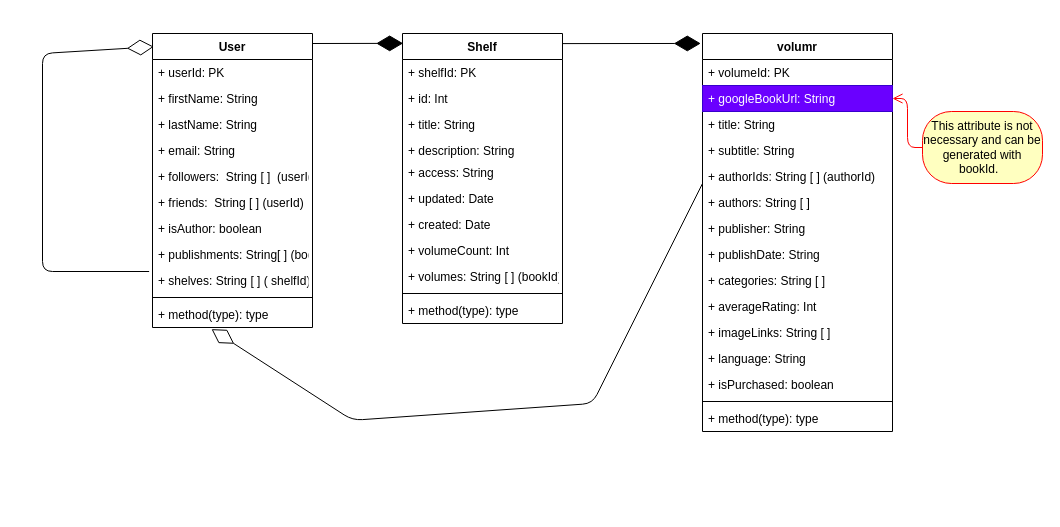
This is docs/data-model.drawio from ShinsakuOkazaki/atread, a draw.io file, before an edit. Source tidied: cells renumbered, new cells numbered last; positions are measured from the earlier drawing's top-left corner, leaving out a move shared by most shapes. Both pictures are drawn from the tidied source at 100%, with x=0, y=0 at pixel (42, 33).
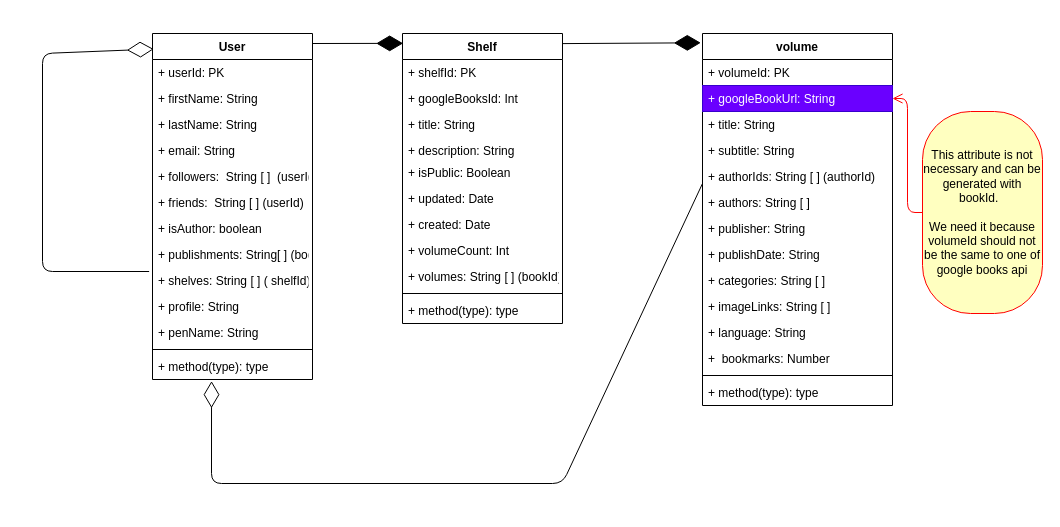
Above is the later version.

The change refers to these unchanged cells:
```xml
<mxCell id="18" value="Shelf" style="swimlane;fontStyle=1;align=center;verticalAlign=top;horizontal=1;startSize=26;" parent="1" vertex="1">
  <mxGeometry x="360" width="160" height="290" as="geometry" />
</mxCell>
```

The edit, as a diff of the source:
```diff
@@
-    <mxCell id="2" value="This attribute is not necessary and can be generated with bookId.&amp;nbsp;&amp;nbsp;" style="rounded=1;whiteSpace=wrap;html=1;arcSize=40;fontColor=#000000;fillColor=#ffffc0;strokeColor=#ff0000;" parent="1" vertex="1">
-      <mxGeometry x="880" y="78" width="120" height="72" as="geometry" />
+    <mxCell id="2" value="This attribute is not necessary and can be generated with bookId.&amp;nbsp;&amp;nbsp;&lt;br&gt;&lt;br&gt;We need it because volumeId should not be the same to one of google books api" style="rounded=1;whiteSpace=wrap;html=1;arcSize=40;fontColor=#000000;fillColor=#ffffc0;strokeColor=#ff0000;" parent="1" vertex="1">
+      <mxGeometry x="880" y="78" width="120" height="202" as="geometry" />
     </mxCell>
@@
     <mxCell id="5" value="User" style="swimlane;fontStyle=1;align=center;verticalAlign=top;horizontal=1;startSize=26;" parent="1" vertex="1">
-      <mxGeometry x="110" width="160" height="294" as="geometry" />
+      <mxGeometry x="110" width="160" height="346" as="geometry" />
     </mxCell>
@@
+    <mxCell id="48" value="+ profile: String" style="text;strokeColor=none;fillColor=none;align=left;verticalAlign=top;spacingLeft=4;spacingRight=4;overflow=hidden;" parent="5" vertex="1">
+      <mxGeometry y="260" width="160" height="26" as="geometry" />
+    </mxCell>
+    <mxCell id="49" value="+ penName: String" style="text;strokeColor=none;fillColor=none;align=left;verticalAlign=top;spacingLeft=4;spacingRight=4;overflow=hidden;" parent="5" vertex="1">
+      <mxGeometry y="286" width="160" height="26" as="geometry" />
+    </mxCell>
     <mxCell id="15" style="line;strokeWidth=1;fillColor=none;align=left;verticalAlign=middle;spacingTop=-1;spacingLeft=3;spacingRight=3;labelPosition=right;" parent="5" vertex="1">
-      <mxGeometry y="260" width="160" height="8" as="geometry" />
+      <mxGeometry y="312" width="160" height="8" as="geometry" />
     </mxCell>
     <mxCell id="16" value="+ method(type): type" style="text;strokeColor=none;fillColor=none;align=left;verticalAlign=top;spacingLeft=4;spacingRight=4;overflow=hidden;points=[[0,0.5],[1,0.5]];portConstraint=eastwest;" parent="5" vertex="1">
-      <mxGeometry y="268" width="160" height="26" as="geometry" />
+      <mxGeometry y="320" width="160" height="26" as="geometry" />
     </mxCell>
@@
-    <mxCell id="20" value="+ id: Int" style="text;strokeColor=none;fillColor=none;align=left;verticalAlign=top;spacingLeft=4;spacingRight=4;overflow=hidden;" parent="18" vertex="1">
+    <mxCell id="20" value="+ googleBooksId: Int" style="text;strokeColor=none;fillColor=none;align=left;verticalAlign=top;spacingLeft=4;spacingRight=4;overflow=hidden;" parent="18" vertex="1">
       <mxGeometry y="52" width="160" height="26" as="geometry" />
     </mxCell>
@@
-    <mxCell id="23" value="+ access: String" style="text;strokeColor=none;fillColor=none;align=left;verticalAlign=top;spacingLeft=4;spacingRight=4;overflow=hidden;" parent="18" vertex="1">
+    <mxCell id="23" value="+ isPublic: Boolean" style="text;strokeColor=none;fillColor=none;align=left;verticalAlign=top;spacingLeft=4;spacingRight=4;overflow=hidden;" parent="18" vertex="1">
       <mxGeometry y="126" width="160" height="26" as="geometry" />
     </mxCell>
@@
-    <mxCell id="30" value="volumr" style="swimlane;fontStyle=1;align=center;verticalAlign=top;horizontal=1;startSize=26;" parent="1" vertex="1">
-      <mxGeometry x="660" width="190" height="398" as="geometry" />
+    <mxCell id="30" value="volume" style="swimlane;fontStyle=1;align=center;verticalAlign=top;horizontal=1;startSize=26;" parent="1" vertex="1">
+      <mxGeometry x="660" width="190" height="372" as="geometry" />
     </mxCell>
@@
-    <mxCell id="40" value="+ averageRating: Int" style="text;strokeColor=none;fillColor=none;align=left;verticalAlign=top;spacingLeft=4;spacingRight=4;overflow=hidden;" parent="30" vertex="1">
-      <mxGeometry y="260" width="190" height="26" as="geometry" />
-    </mxCell>
     <mxCell id="41" value="+ imageLinks: String [ ]" style="text;strokeColor=none;fillColor=none;align=left;verticalAlign=top;spacingLeft=4;spacingRight=4;overflow=hidden;" parent="30" vertex="1">
-      <mxGeometry y="286" width="190" height="26" as="geometry" />
+      <mxGeometry y="260" width="190" height="26" as="geometry" />
     </mxCell>
     <mxCell id="42" value="+ language: String" style="text;strokeColor=none;fillColor=none;align=left;verticalAlign=top;spacingLeft=4;spacingRight=4;overflow=hidden;" parent="30" vertex="1">
-      <mxGeometry y="312" width="190" height="26" as="geometry" />
+      <mxGeometry y="286" width="190" height="26" as="geometry" />
     </mxCell>
-    <mxCell id="43" value="+ isPurchased: boolean" style="text;strokeColor=none;fillColor=none;align=left;verticalAlign=top;spacingLeft=4;spacingRight=4;overflow=hidden;" parent="30" vertex="1">
-      <mxGeometry y="338" width="190" height="26" as="geometry" />
-    </mxCell>
+    <mxCell id="50" value="+  bookmarks: Number " style="text;strokeColor=none;fillColor=none;align=left;verticalAlign=top;spacingLeft=4;spacingRight=4;overflow=hidden;" parent="30" vertex="1">
+      <mxGeometry y="312" width="190" height="26" as="geometry" />
+    </mxCell>
     <mxCell id="44" style="line;strokeWidth=1;fillColor=none;align=left;verticalAlign=middle;spacingTop=-1;spacingLeft=3;spacingRight=3;labelPosition=right;" parent="30" vertex="1">
-      <mxGeometry y="364" width="190" height="8" as="geometry" />
+      <mxGeometry y="338" width="190" height="8" as="geometry" />
     </mxCell>
     <mxCell id="45" value="+ method(type): type" style="text;strokeColor=none;fillColor=none;align=left;verticalAlign=top;spacingLeft=4;spacingRight=4;overflow=hidden;" parent="30" vertex="1">
-      <mxGeometry y="372" width="190" height="26" as="geometry" />
+      <mxGeometry y="346" width="190" height="26" as="geometry" />
     </mxCell>
@@
     <mxCell id="47" style="endArrow=diamondThin;endFill=0;endSize=24;html=1;entryX=0.369;entryY=1.063;entryDx=0;entryDy=0;entryPerimeter=0;" parent="1" edge="1" target="16">
       <mxGeometry relative="1" as="geometry">
         <mxPoint x="660" y="150" as="sourcePoint" />
         <Array as="points">
-          <mxPoint x="550" y="370" />
-          <mxPoint x="310" y="386.8" />
+          <mxPoint x="520" y="450" />
+          <mxPoint x="169" y="450" />
         </Array>
       </mxGeometry>
     </mxCell>
```
